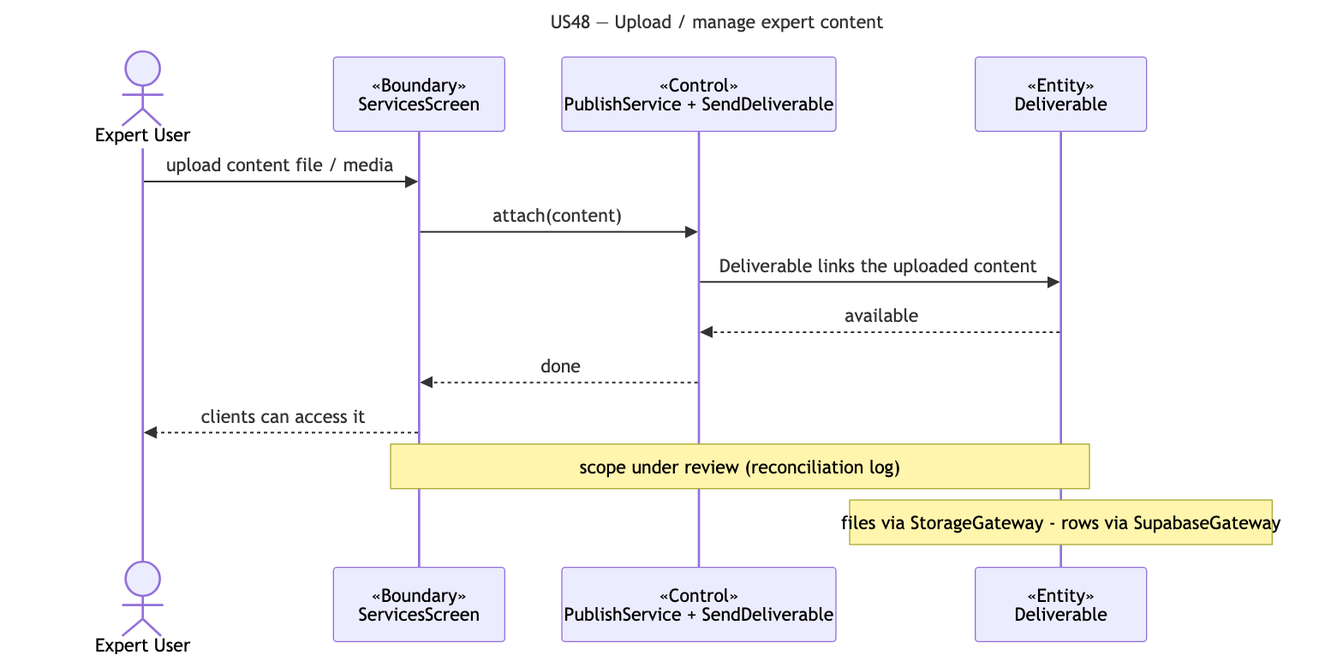
The Mermaid diagram docs/deliverables/sequence-diagrams/US48-expert-content.png in cyuanjun/FYP-26-S2-37-app, before a commit. Its source is kept beside it as docs/deliverables/sequence-diagrams/src/US48-expert-content.mmd.
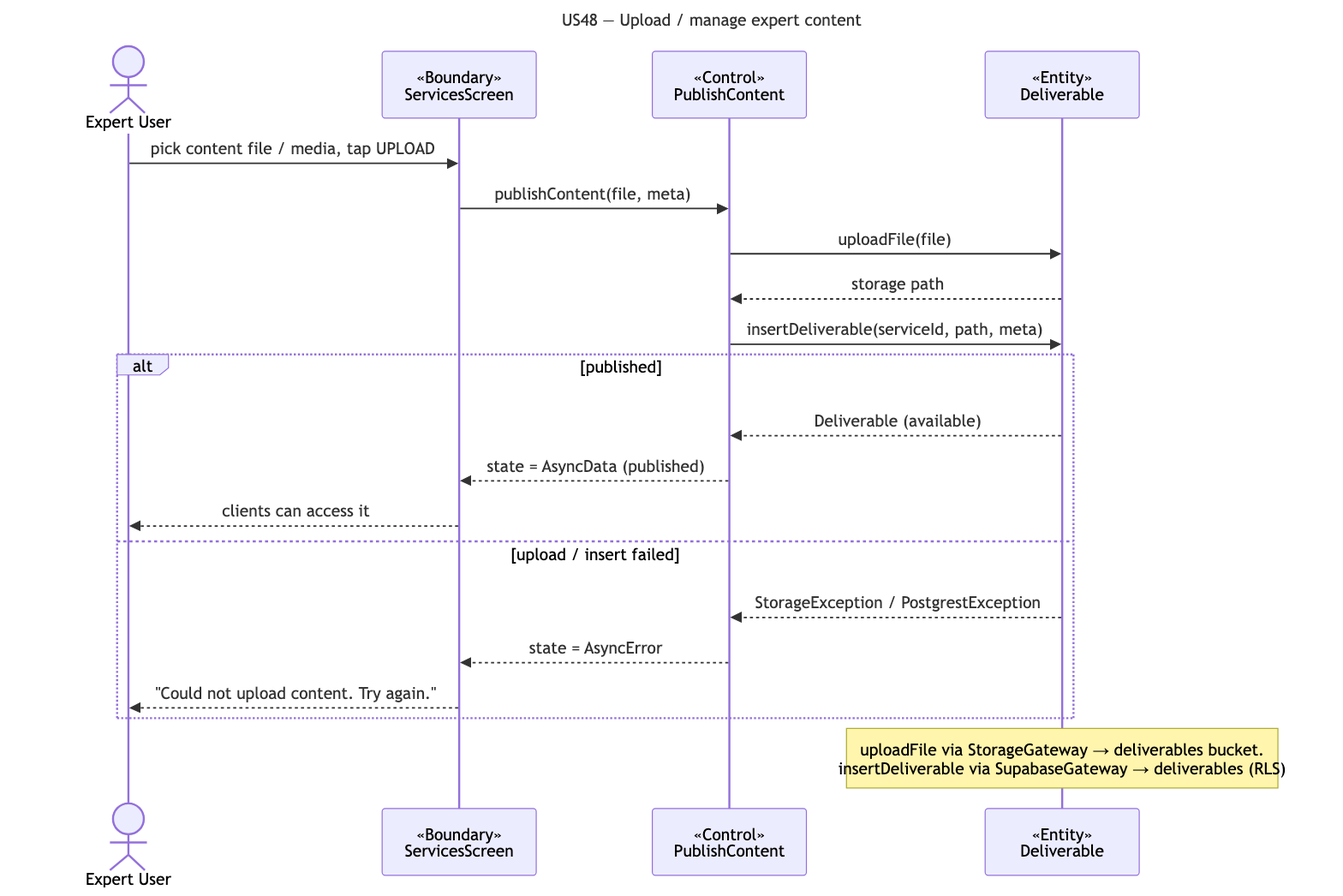
After the change.

The edit, as a diff of the source:
```diff
@@ -4,13 +4,20 @@
 sequenceDiagram
   actor A as Expert User
   participant B as «Boundary»<br/>ServicesScreen
-  participant C as «Control»<br/>PublishService + SendDeliverable
+  participant C as «Control»<br/>PublishContent
   participant E as «Entity»<br/>Deliverable
-  A->>B: upload content file / media
-  B->>C: attach(content)
-  C->>E: Deliverable links the uploaded content
-  E-->>C: available
-  C-->>B: done
-  B-->>A: clients can access it
-  note over B,E: scope under review (reconciliation log)
-  note over E: files via StorageGateway - rows via SupabaseGateway
+  A->>B: pick content file / media, tap UPLOAD
+  B->>C: publishContent(file, meta)
+  C->>E: uploadFile(file)
+  E-->>C: storage path
+  C->>E: insertDeliverable(serviceId, path, meta)
+  alt published
+    E-->>C: Deliverable (available)
+    C-->>B: state = AsyncData (published)
+    B-->>A: clients can access it
+  else upload / insert failed
+    E-->>C: StorageException / PostgrestException
+    C-->>B: state = AsyncError
+    B-->>A: "Could not upload content. Try again."
+  end
+  note over E: uploadFile via StorageGateway → deliverables bucket.<br/>insertDeliverable via SupabaseGateway → deliverables (RLS)
```
